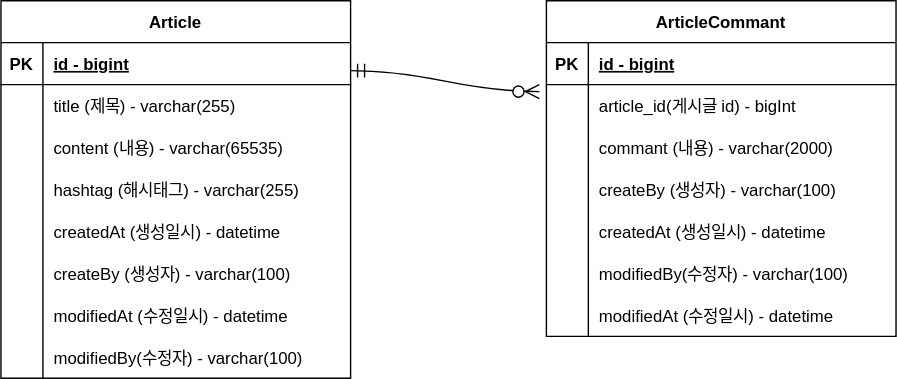
Earlier version of the draw.io export document/project-board.erd.svg (kkssbbb/Springboot-BoardService-Practice). Source tidied: cells renumbered, new cells last; positions are measured from the earlier drawing's top-left corner, leaving out a move shared by most shapes.
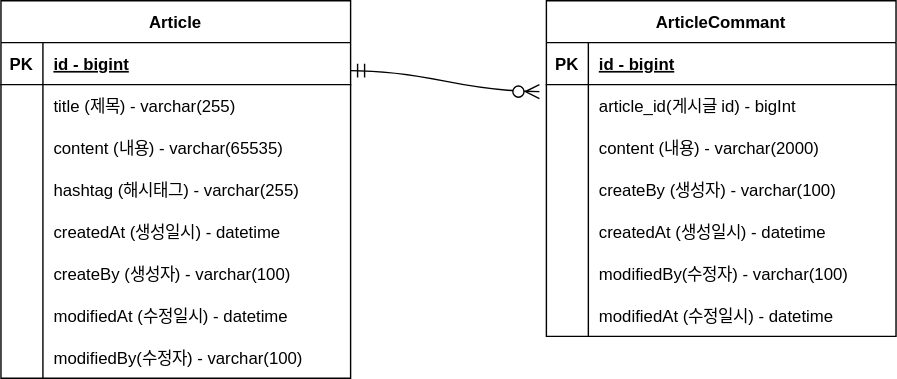
The same diagram one commit later.

Commit message:
#7-오타수정 project-board.erd.svg 업데이트

The edit, as a diff of the source:
```diff
@@ -110,7 +110,7 @@
     <mxCell id="36" style="shape=partialRectangle;overflow=hidden;fillColor=none;top=0;left=0;bottom=0;right=0;" parent="35" vertex="1">
       <mxGeometry width="30" height="30" as="geometry" />
     </mxCell>
-    <mxCell id="37" value="commant (내용) - varchar(2000)" style="shape=partialRectangle;overflow=hidden;fillColor=none;top=0;left=0;bottom=0;right=0;align=left;spacingLeft=6;" parent="35" vertex="1">
+    <mxCell id="37" value="content (내용) - varchar(2000)" style="shape=partialRectangle;overflow=hidden;fillColor=none;top=0;left=0;bottom=0;right=0;align=left;spacingLeft=6;" parent="35" vertex="1">
       <mxGeometry x="30" width="220" height="30" as="geometry" />
     </mxCell>
     <mxCell id="38" style="shape=partialRectangle;fillColor=none;top=0;left=0;right=0;bottom=0;" parent="28" vertex="1">
```
